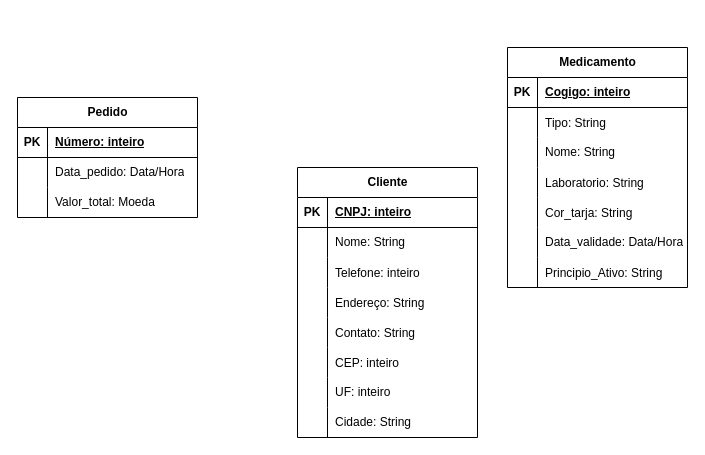
The draw.io diagram atividade de sala2.drawio in adiantaduh/bd1, before the edit. Source tidied: cells renumbered, new cells numbered last; positions are measured from the earlier drawing's top-left corner, leaving out a move shared by most shapes. Both pictures are drawn from the tidied source at 100%, with x=0, y=0 at pixel (17, 47).
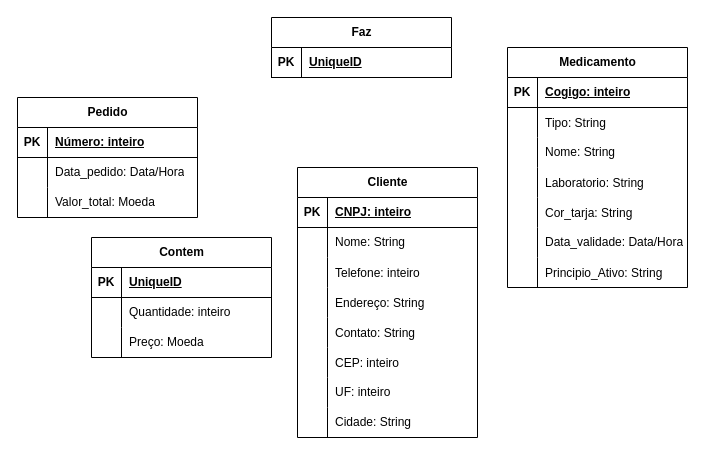
The same diagram, later.

Diff of the diagram source:
```diff
@@
+    <mxCell id="59" value="Faz" style="shape=table;startSize=30;childLayout=tableLayout;rowLines=0;fontStyle=1;align=center;html=1;" parent="1" vertex="1">
+      <mxGeometry x="254" y="-30" width="180" height="60" as="geometry" />
+    </mxCell>
+    <mxCell id="60" style="shape=tableRow;horizontal=0;startSize=0;swimlaneHead=0;swimlaneBody=0;fillColor=none;top=0;left=0;right=0;bottom=1;" parent="59" vertex="1">
+      <mxGeometry y="30" width="180" height="30" as="geometry" />
+    </mxCell>
+    <mxCell id="61" value="PK" style="shape=partialRectangle;fillColor=none;top=0;left=0;bottom=0;right=0;fontStyle=1;overflow=hidden;whiteSpace=wrap;html=1;" parent="60" vertex="1">
+      <mxGeometry width="30" height="30" as="geometry" />
+    </mxCell>
+    <mxCell id="62" value="UniqueID" style="shape=partialRectangle;fillColor=none;top=0;left=0;bottom=0;right=0;align=left;spacingLeft=6;fontStyle=5;overflow=hidden;whiteSpace=wrap;html=1;" parent="60" vertex="1">
+      <mxGeometry x="30" width="150" height="30" as="geometry" />
+    </mxCell>
+    <mxCell id="63" value="Contem" style="shape=table;startSize=30;childLayout=tableLayout;rowLines=0;fontStyle=1;align=center;html=1;" parent="1" vertex="1">
+      <mxGeometry x="74" y="190" width="180" height="120" as="geometry" />
+    </mxCell>
+    <mxCell id="64" style="shape=tableRow;horizontal=0;startSize=0;swimlaneHead=0;swimlaneBody=0;fillColor=none;top=0;left=0;right=0;bottom=1;" parent="63" vertex="1">
+      <mxGeometry y="30" width="180" height="30" as="geometry" />
+    </mxCell>
+    <mxCell id="65" value="PK" style="shape=partialRectangle;fillColor=none;top=0;left=0;bottom=0;right=0;fontStyle=1;overflow=hidden;whiteSpace=wrap;html=1;" parent="64" vertex="1">
+      <mxGeometry width="30" height="30" as="geometry" />
+    </mxCell>
+    <mxCell id="66" value="UniqueID" style="shape=partialRectangle;fillColor=none;top=0;left=0;bottom=0;right=0;align=left;spacingLeft=6;fontStyle=5;overflow=hidden;whiteSpace=wrap;html=1;" parent="64" vertex="1">
+      <mxGeometry x="30" width="150" height="30" as="geometry" />
+    </mxCell>
+    <mxCell id="67" style="shape=tableRow;horizontal=0;startSize=0;swimlaneHead=0;swimlaneBody=0;fillColor=none;top=0;left=0;right=0;bottom=0;" parent="63" vertex="1">
+      <mxGeometry y="60" width="180" height="30" as="geometry" />
+    </mxCell>
+    <mxCell id="68" style="shape=partialRectangle;fillColor=none;top=0;left=0;bottom=0;right=0;overflow=hidden;whiteSpace=wrap;html=1;" parent="67" vertex="1">
+      <mxGeometry width="30" height="30" as="geometry" />
+    </mxCell>
+    <mxCell id="69" value="Quantidade: inteiro" style="shape=partialRectangle;fillColor=none;top=0;left=0;bottom=0;right=0;align=left;spacingLeft=6;overflow=hidden;whiteSpace=wrap;html=1;" parent="67" vertex="1">
+      <mxGeometry x="30" width="150" height="30" as="geometry" />
+    </mxCell>
+    <mxCell id="70" style="shape=tableRow;horizontal=0;startSize=0;swimlaneHead=0;swimlaneBody=0;fillColor=none;top=0;left=0;right=0;bottom=0;" parent="63" vertex="1">
+      <mxGeometry y="90" width="180" height="30" as="geometry" />
+    </mxCell>
+    <mxCell id="71" style="shape=partialRectangle;fillColor=none;top=0;left=0;bottom=0;right=0;overflow=hidden;whiteSpace=wrap;html=1;" parent="70" vertex="1">
+      <mxGeometry width="30" height="30" as="geometry" />
+    </mxCell>
+    <mxCell id="72" value="Preço: Moeda" style="shape=partialRectangle;fillColor=none;top=0;left=0;bottom=0;right=0;align=left;spacingLeft=6;overflow=hidden;whiteSpace=wrap;html=1;" parent="70" vertex="1">
+      <mxGeometry x="30" width="150" height="30" as="geometry" />
+    </mxCell>
```
